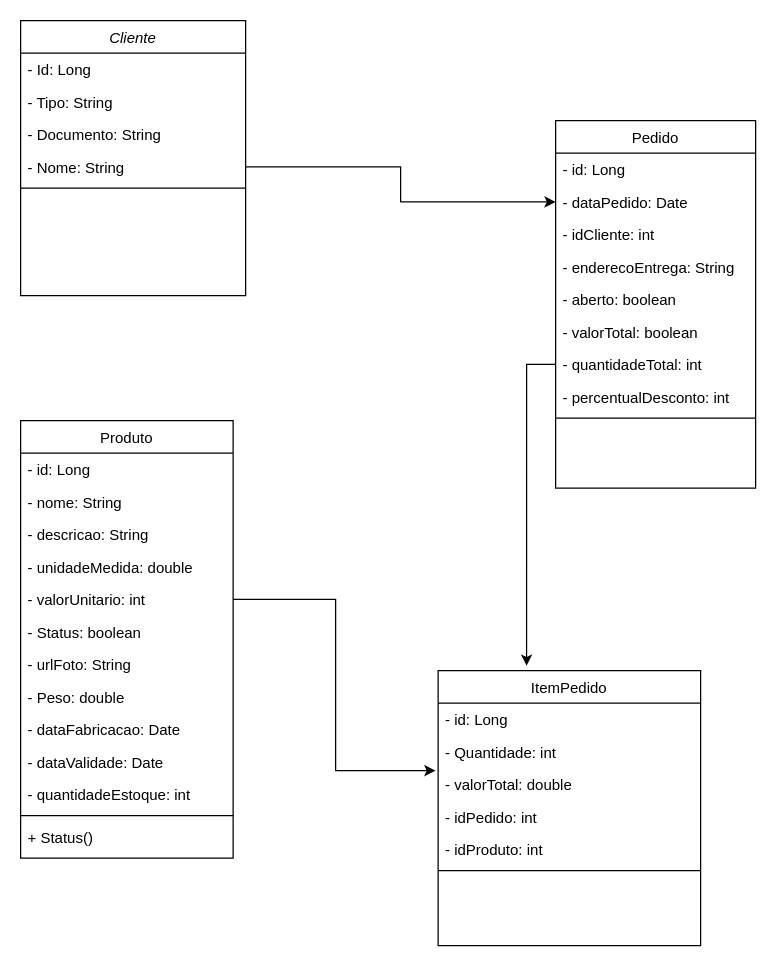
The draw.io diagram Modelagem/UML.drawio in anamelotm/Chocolate-ponto-e-virgula, before the edit. Source tidied: cells renumbered, new cells numbered last; positions are measured from the earlier drawing's top-left corner, leaving out a move shared by most shapes. Both pictures are drawn from the tidied source at 125%, with x=0, y=0 at pixel (20, 20).
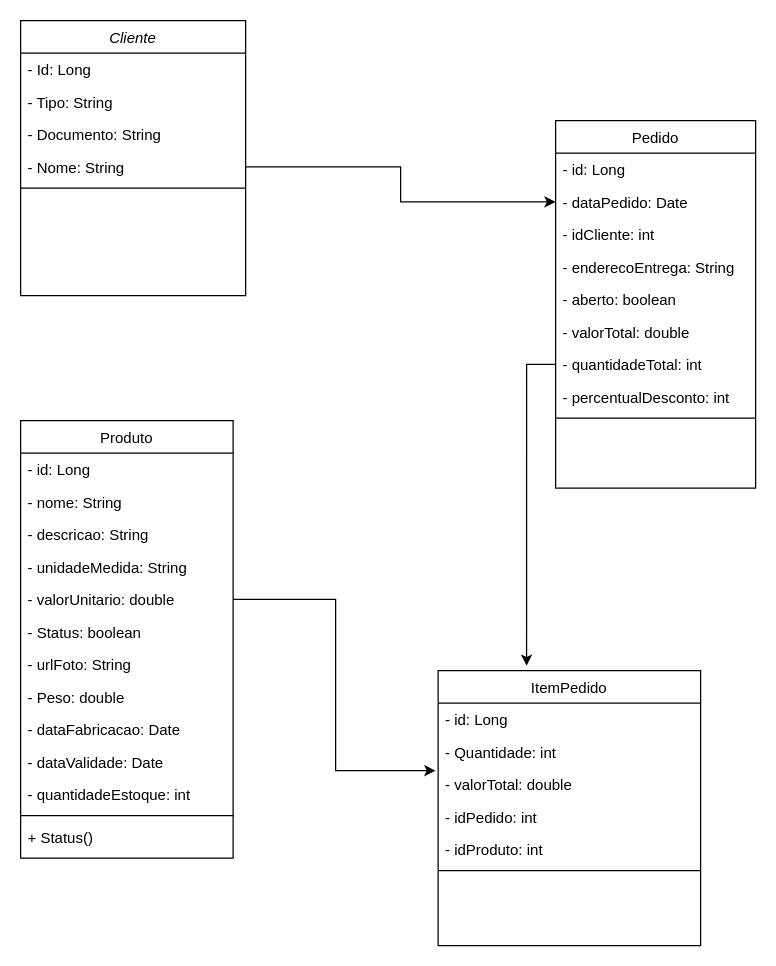
Above is the later version.

Commit message:
atualização nas classes pedido e produto

Unchanged cells that the change refers to:
```xml
<mxCell id="8" value="Produto" style="swimlane;fontStyle=0;align=center;verticalAlign=top;horizontal=1;startSize=26;rounded=0;shadow=0;strokeWidth=1;" parent="1" vertex="1">
  <mxGeometry y="320" width="170" height="350" as="geometry" />
</mxCell>
<mxCell id="29" value="Pedido" style="swimlane;fontStyle=0;align=center;verticalAlign=top;horizontal=1;startSize=26;rounded=0;shadow=0;strokeWidth=1;" parent="1" vertex="1">
  <mxGeometry x="428" y="80" width="160" height="294" as="geometry" />
</mxCell>
```

Diff of the diagram source:
```diff
@@
-    <mxCell id="12" value="- unidadeMedida: double" style="text;align=left;verticalAlign=top;spacingLeft=4;spacingRight=4;overflow=hidden;" parent="8" vertex="1">
+    <mxCell id="12" value="- unidadeMedida: String" style="text;align=left;verticalAlign=top;spacingLeft=4;spacingRight=4;overflow=hidden;" parent="8" vertex="1">
       <mxGeometry y="104" width="170" height="26" as="geometry" />
     </mxCell>
-    <mxCell id="13" value="- valorUnitario: int" style="text;align=left;verticalAlign=top;spacingLeft=4;spacingRight=4;overflow=hidden;points=[[0,0.5],[1,0.5]];portConstraint=eastwest;" parent="8" vertex="1">
+    <mxCell id="13" value="- valorUnitario: double" style="text;align=left;verticalAlign=top;spacingLeft=4;spacingRight=4;overflow=hidden;points=[[0,0.5],[1,0.5]];portConstraint=eastwest;" parent="8" vertex="1">
       <mxGeometry y="130" width="170" height="26" as="geometry" />
     </mxCell>
@@
-    <mxCell id="35" value="- valorTotal: boolean" style="text;align=left;verticalAlign=top;spacingLeft=4;spacingRight=4;overflow=hidden;rounded=0;shadow=0;html=0;" parent="29" vertex="1">
+    <mxCell id="35" value="- valorTotal: double" style="text;align=left;verticalAlign=top;spacingLeft=4;spacingRight=4;overflow=hidden;rounded=0;shadow=0;html=0;" parent="29" vertex="1">
       <mxGeometry y="156" width="160" height="26" as="geometry" />
     </mxCell>
```
